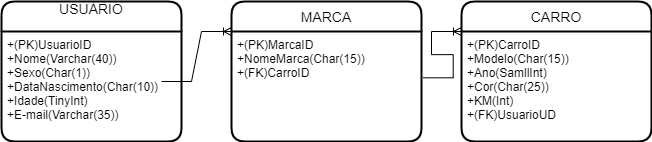
This is BancoDados/Diagrama_Veiculos.drawio.png from CristovamOliver/API_.NET6-DDD, a draw.io export, as it was before one commit. Source tidied: cells renumbered, new cells last; positions are measured from the earlier drawing's top-left corner, leaving out a move shared by most shapes.
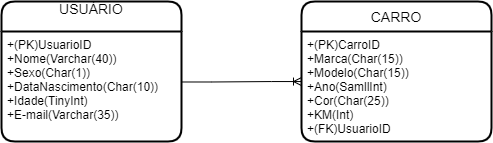
After the commit.

What changed in the source:
```diff
@@ -3,30 +3,19 @@
     <mxCell id="0" />
     <mxCell id="1" parent="0" />
     <mxCell id="2" value="USUÁRIO&#10;" style="swimlane;horizontal=1;startSize=30;rounded=1;fontSize=14;fontStyle=0;strokeWidth=2;shadow=0;dashed=0;align=center;" parent="1" vertex="1">
-      <mxGeometry width="180" height="140" as="geometry" />
+      <mxGeometry x="110" width="180" height="140" as="geometry" />
     </mxCell>
     <mxCell id="3" value="+(PK)UsuarioID&#10;+Nome(Varchar(40))&#10;+Sexo(Char(1))&#10;+DataNascimento(Char(10))&#10;+Idade(TinyInt)&#10;+E-mail(Varchar(35))&#10;" style="align=left;strokeColor=none;fillColor=none;spacingLeft=4;fontSize=12;verticalAlign=top;" parent="2" vertex="1">
       <mxGeometry y="30" width="180" height="110" as="geometry" />
     </mxCell>
-    <mxCell id="4" value="MARCA" style="swimlane;horizontal=1;startSize=30;rounded=1;fontSize=14;fontStyle=0;strokeWidth=2;shadow=0;dashed=0;align=center;" parent="1" vertex="1">
-      <mxGeometry x="230" width="190" height="140" as="geometry" />
-    </mxCell>
-    <mxCell id="5" value="+(PK)MarcaID&#10;+NomeMarca(Char(15))&#10;+(FK)CarroID&#10;" style="align=left;strokeColor=none;fillColor=none;spacingLeft=4;fontSize=12;verticalAlign=top;" parent="4" vertex="1">
-      <mxGeometry y="30" width="190" height="110" as="geometry" />
-    </mxCell>
     <mxCell id="6" value="CARRO" style="swimlane;horizontal=1;startSize=30;rounded=1;fontSize=14;fontStyle=0;strokeWidth=2;shadow=0;dashed=0;align=center;" parent="1" vertex="1">
-      <mxGeometry x="460" width="190" height="140" as="geometry" />
+      <mxGeometry x="410" width="190" height="140" as="geometry" />
     </mxCell>
-    <mxCell id="7" value="+(PK)CarroID&#10;+Modelo(Char(15))&#10;+Ano(SamllInt)&#10;+Cor(Char(25))&#10;+KM(Int)&#10;+(FK)UsuarioUD&#10;" style="align=left;strokeColor=none;fillColor=none;spacingLeft=4;fontSize=12;verticalAlign=top;" parent="6" vertex="1">
+    <mxCell id="7" value="+(PK)CarroID&#10;+Marca(Char(15))&#10;+Modelo(Char(15))&#10;+Ano(SamllInt)&#10;+Cor(Char(25))&#10;+KM(Int)&#10;+(FK)UsuarioID&#10;" style="align=left;strokeColor=none;fillColor=none;spacingLeft=4;fontSize=12;verticalAlign=top;" parent="6" vertex="1">
       <mxGeometry y="30" width="190" height="110" as="geometry" />
     </mxCell>
-    <mxCell id="8" style="edgeStyle=entityRelationEdgeStyle;fontSize=12;html=1;endArrow=ERoneToMany;rounded=0;entryX=0;entryY=0;entryDx=0;entryDy=0;" parent="1" edge="1" target="5">
-      <mxGeometry relative="1" as="geometry">
-        <mxPoint x="160" y="80" as="sourcePoint" />
-      </mxGeometry>
+    <mxCell id="8" style="edgeStyle=entityRelationEdgeStyle;fontSize=12;html=1;endArrow=ERoneToMany;rounded=0;entryX=0;entryY=0.455;entryDx=0;entryDy=0;entryPerimeter=0;exitX=1.002;exitY=0.459;exitDx=0;exitDy=0;exitPerimeter=0;" parent="1" edge="1" source="3" target="7">
+      <mxGeometry relative="1" as="geometry" />
     </mxCell>
-    <mxCell id="9" style="edgeStyle=entityRelationEdgeStyle;fontSize=12;html=1;endArrow=ERoneToMany;rounded=0;entryX=0;entryY=0;entryDx=0;entryDy=0;exitX=1.009;exitY=0.421;exitDx=0;exitDy=0;exitPerimeter=0;" parent="1" edge="1" source="5" target="7">
-      <mxGeometry relative="1" as="geometry" />
-    </mxCell>
   </root>
 </mxGraphModel>
```
